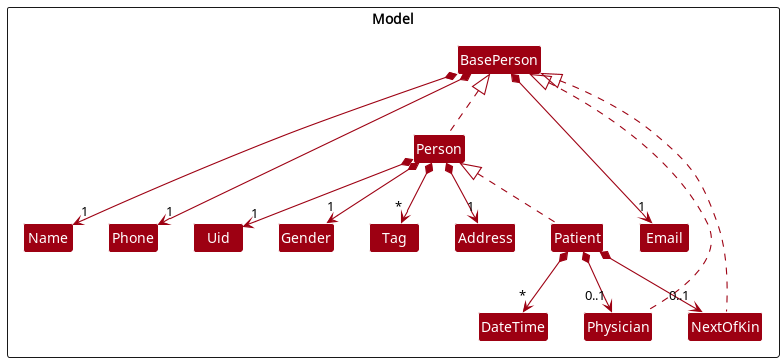
nus-cs2103-AY2223S1/tp keeps this PlantUML diagram as docs/images/PatientClassDiagram.png. Above is the earlier version.
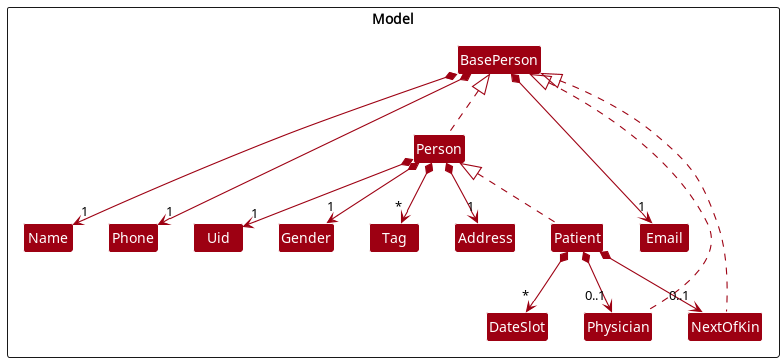
The same file after the commit.

Commit message:
Update patient class diagram

The edit, as a diff of the source:
```diff
@@ -10,7 +10,7 @@
 Class NextOfKin
 Class Person
 Class Address
-Class DateTime
+Class DateSlot
 Class Gender
 Class Email
 Class Name
@@ -32,7 +32,7 @@
 Person *--> "1" Address
 Person *--> "*" Tag
 Patient .up.|> Person
-Patient *--> "*" DateTime
+Patient *--> "*" DateSlot
 Patient *--> "0..1" Physician
 Patient *--> "0..1" NextOfKin
 
```
